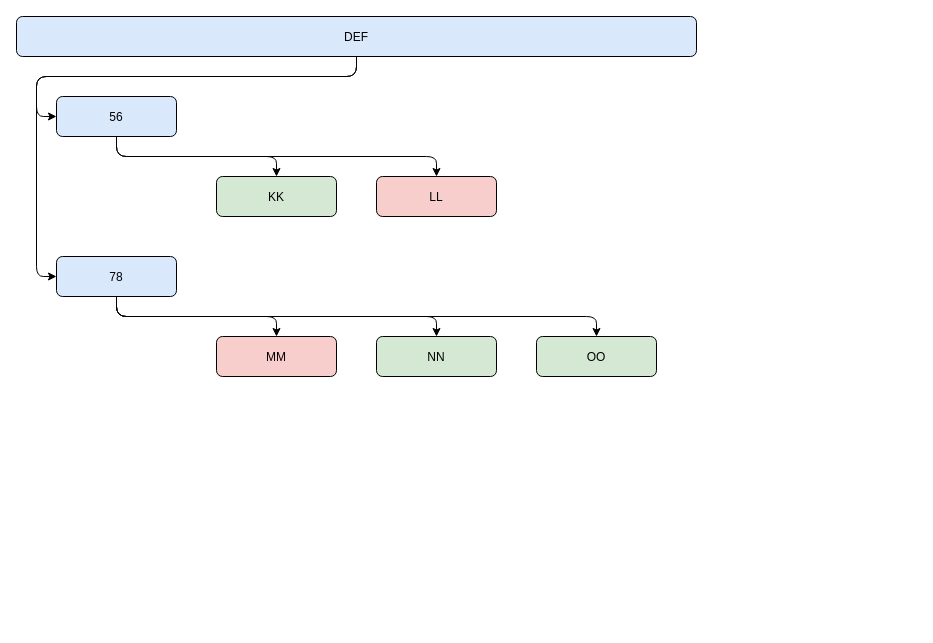
Matt-Owen-81/csv2drawio keeps this draw.io diagram as page "DEF" (2 of 3) of diagram.drawio. Above is the earlier version. Source tidied: cells renumbered, new cells numbered last; positions are measured from the earlier drawing's top-left corner, leaving out a move shared by most shapes. Both pictures are drawn from the tidied source at 100%, with x=0, y=0 at pixel (16, 16).
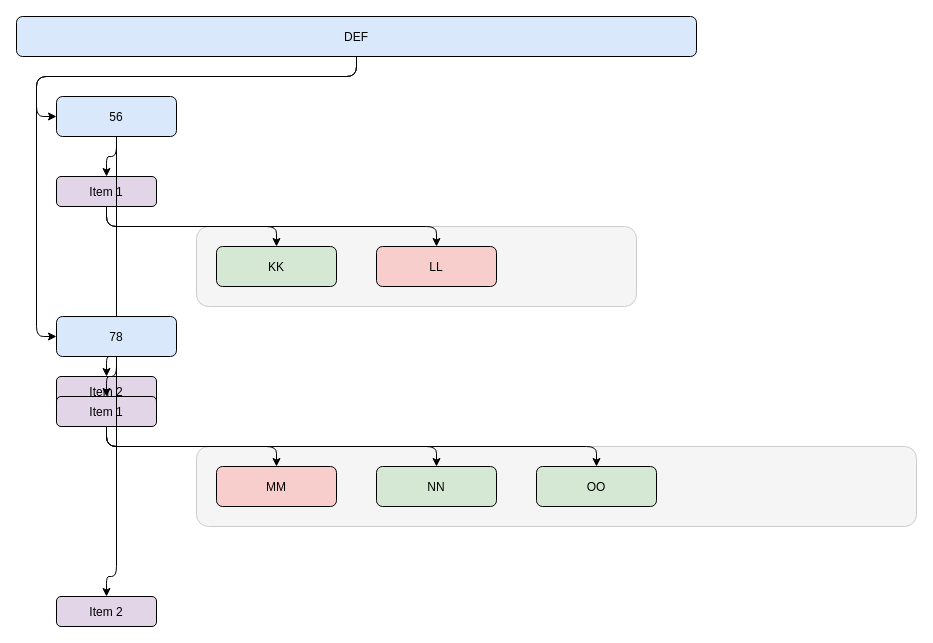
The same page after the edit.

Unchanged cells that the change refers to:
```xml
<mxCell id="2" value="DEF" style="rounded=1;fillColor=#dae8fc;" parent="1" vertex="1" edge="0">
  <mxGeometry width="680" height="40" as="geometry" />
</mxCell>
<mxCell id="3" value="56" style="rounded=1;fillColor=#dae8fc;" parent="1" vertex="1" edge="0">
  <mxGeometry x="40" y="80" width="120" height="40" as="geometry" />
</mxCell>
```

Diff of the diagram source:
```diff
@@
+    <mxCell id="17" value="Item 1" style="rounded=1;fillColor=#e1d5e7;" parent="1" vertex="1" edge="0">
+      <mxGeometry x="40" y="160" width="100" height="30" as="geometry" />
+    </mxCell>
+    <mxCell id="18" style="edgeStyle=orthogonalEdgeStyle;exitX=0.5;exitY=1;entryX=0.5;entryY=0;" parent="1" edge="1" source="3" target="17">
+      <mxGeometry relative="1" as="geometry">
+        <Array as="points">
+          <mxPoint x="100" y="140" />
+          <mxPoint x="90" y="140" />
+        </Array>
+      </mxGeometry>
+    </mxCell>
+    <mxCell id="19" style="rounded=1;fillColor=#f5f5f5;strokeColor=#cccccc;" parent="1" vertex="1" edge="0">
+      <mxGeometry x="180" y="210" width="440" height="80" as="geometry" />
+    </mxCell>
     <mxCell id="5" value="KK" style="rounded=1;fillColor=#d5e8d4;" parent="1" vertex="1" edge="0">
-      <mxGeometry x="200" y="160" width="120" height="40" as="geometry" />
+      <mxGeometry x="200" y="230" width="120" height="40" as="geometry" />
     </mxCell>
-    <mxCell id="6" style="edgeStyle=orthogonalEdgeStyle;exitX=0.5;exitY=1;entryX=0.5;entryY=0;entryDx=0;entryDy=0;" parent="1" edge="1" source="3" target="5">
-      <mxGeometry relative="1" as="geometry">
-        <Array as="points">
-          <mxPoint x="100" y="140" />
-          <mxPoint x="260" y="140" />
-        </Array>
-      </mxGeometry>
-    </mxCell>
+    <mxCell id="20" style="edgeStyle=orthogonalEdgeStyle;exitX=0.5;exitY=1;entryX=0.5;entryY=0;" parent="1" edge="1" source="17" target="5">
+      <mxGeometry relative="1" as="geometry">
+        <Array as="points">
+          <mxPoint x="90" y="210" />
+          <mxPoint x="260" y="210" />
+        </Array>
+      </mxGeometry>
+    </mxCell>
     <mxCell id="7" value="LL" style="rounded=1;fillColor=#f8cecc;" parent="1" vertex="1" edge="0">
-      <mxGeometry x="360" y="160" width="120" height="40" as="geometry" />
+      <mxGeometry x="360" y="230" width="120" height="40" as="geometry" />
     </mxCell>
-    <mxCell id="8" style="edgeStyle=orthogonalEdgeStyle;exitX=0.5;exitY=1;entryX=0.5;entryY=0;entryDx=0;entryDy=0;" parent="1" edge="1" source="3" target="7">
-      <mxGeometry relative="1" as="geometry">
-        <Array as="points">
-          <mxPoint x="100" y="140" />
-          <mxPoint x="420" y="140" />
-        </Array>
-      </mxGeometry>
-    </mxCell>
+    <mxCell id="21" style="edgeStyle=orthogonalEdgeStyle;exitX=0.5;exitY=1;entryX=0.5;entryY=0;" parent="1" edge="1" source="17" target="7">
+      <mxGeometry relative="1" as="geometry">
+        <Array as="points">
+          <mxPoint x="90" y="210" />
+          <mxPoint x="420" y="210" />
+        </Array>
+      </mxGeometry>
+    </mxCell>
+    <mxCell id="22" value="Item 2" style="rounded=1;fillColor=#e1d5e7;" parent="1" vertex="1" edge="0">
+      <mxGeometry x="40" y="360" width="100" height="30" as="geometry" />
+    </mxCell>
+    <mxCell id="23" style="edgeStyle=orthogonalEdgeStyle;exitX=0.5;exitY=1;entryX=0.5;entryY=0;" parent="1" edge="1" source="3" target="22">
+      <mxGeometry relative="1" as="geometry">
+        <Array as="points">
+          <mxPoint x="100" y="340" />
+          <mxPoint x="90" y="340" />
+        </Array>
+      </mxGeometry>
+    </mxCell>
+    <mxCell id="24" style="rounded=1;fillColor=#f5f5f5;strokeColor=#cccccc;" parent="1" vertex="1" edge="0">
+      <mxGeometry x="180" y="410" width="-120" as="geometry" />
+    </mxCell>
     <mxCell id="9" value="78" style="rounded=1;fillColor=#dae8fc;" parent="1" vertex="1" edge="0">
-      <mxGeometry x="40" y="240" width="120" height="40" as="geometry" />
+      <mxGeometry x="40" y="300" width="120" height="40" as="geometry" />
     </mxCell>
     <mxCell id="10" style="edgeStyle=orthogonalEdgeStyle;exitX=0.5;exitY=1;entryX=0;entryY=0.5;" parent="1" edge="1" source="2" target="9">
       <mxGeometry relative="1" as="geometry">
         <Array as="points">
           <mxPoint x="340" y="60" />
           <mxPoint x="20" y="60" />
-          <mxPoint x="20" y="260" />
+          <mxPoint x="20" y="320" />
         </Array>
       </mxGeometry>
     </mxCell>
+    <mxCell id="25" value="Item 1" style="rounded=1;fillColor=#e1d5e7;" parent="1" vertex="1" edge="0">
+      <mxGeometry x="40" y="380" width="100" height="30" as="geometry" />
+    </mxCell>
+    <mxCell id="26" style="edgeStyle=orthogonalEdgeStyle;exitX=0.5;exitY=1;entryX=0.5;entryY=0;" parent="1" edge="1" source="9" target="25">
+      <mxGeometry relative="1" as="geometry">
+        <Array as="points">
+          <mxPoint x="100" y="360" />
+          <mxPoint x="90" y="360" />
+        </Array>
+      </mxGeometry>
+    </mxCell>
+    <mxCell id="27" style="rounded=1;fillColor=#f5f5f5;strokeColor=#cccccc;" parent="1" vertex="1" edge="0">
+      <mxGeometry x="180" y="430" width="720" height="80" as="geometry" />
+    </mxCell>
     <mxCell id="11" value="MM" style="rounded=1;fillColor=#f8cecc;" parent="1" vertex="1" edge="0">
-      <mxGeometry x="200" y="320" width="120" height="40" as="geometry" />
+      <mxGeometry x="200" y="450" width="120" height="40" as="geometry" />
     </mxCell>
-    <mxCell id="12" style="edgeStyle=orthogonalEdgeStyle;exitX=0.5;exitY=1;entryX=0.5;entryY=0;entryDx=0;entryDy=0;" parent="1" edge="1" source="9" target="11">
-      <mxGeometry relative="1" as="geometry">
-        <Array as="points">
-          <mxPoint x="100" y="300" />
-          <mxPoint x="260" y="300" />
-        </Array>
-      </mxGeometry>
-    </mxCell>
+    <mxCell id="28" style="edgeStyle=orthogonalEdgeStyle;exitX=0.5;exitY=1;entryX=0.5;entryY=0;" parent="1" edge="1" source="25" target="11">
+      <mxGeometry relative="1" as="geometry">
+        <Array as="points">
+          <mxPoint x="90" y="430" />
+          <mxPoint x="260" y="430" />
+        </Array>
+      </mxGeometry>
+    </mxCell>
     <mxCell id="13" value="NN" style="rounded=1;fillColor=#d5e8d4;" parent="1" vertex="1" edge="0">
-      <mxGeometry x="360" y="320" width="120" height="40" as="geometry" />
+      <mxGeometry x="360" y="450" width="120" height="40" as="geometry" />
     </mxCell>
-    <mxCell id="14" style="edgeStyle=orthogonalEdgeStyle;exitX=0.5;exitY=1;entryX=0.5;entryY=0;entryDx=0;entryDy=0;" parent="1" edge="1" source="9" target="13">
-      <mxGeometry relative="1" as="geometry">
-        <Array as="points">
-          <mxPoint x="100" y="300" />
-          <mxPoint x="420" y="300" />
-        </Array>
-      </mxGeometry>
-    </mxCell>
+    <mxCell id="29" style="edgeStyle=orthogonalEdgeStyle;exitX=0.5;exitY=1;entryX=0.5;entryY=0;" parent="1" edge="1" source="25" target="13">
+      <mxGeometry relative="1" as="geometry">
+        <Array as="points">
+          <mxPoint x="90" y="430" />
+          <mxPoint x="420" y="430" />
+        </Array>
+      </mxGeometry>
+    </mxCell>
     <mxCell id="15" value="OO" style="rounded=1;fillColor=#d5e8d4;" parent="1" vertex="1" edge="0">
-      <mxGeometry x="520" y="320" width="120" height="40" as="geometry" />
+      <mxGeometry x="520" y="450" width="120" height="40" as="geometry" />
     </mxCell>
-    <mxCell id="16" style="edgeStyle=orthogonalEdgeStyle;exitX=0.5;exitY=1;entryX=0.5;entryY=0;entryDx=0;entryDy=0;" parent="1" edge="1" source="9" target="15">
-      <mxGeometry relative="1" as="geometry">
-        <Array as="points">
-          <mxPoint x="100" y="300" />
-          <mxPoint x="580" y="300" />
-        </Array>
-      </mxGeometry>
-    </mxCell>
+    <mxCell id="30" style="edgeStyle=orthogonalEdgeStyle;exitX=0.5;exitY=1;entryX=0.5;entryY=0;" parent="1" edge="1" source="25" target="15">
+      <mxGeometry relative="1" as="geometry">
+        <Array as="points">
+          <mxPoint x="90" y="430" />
+          <mxPoint x="580" y="430" />
+        </Array>
+      </mxGeometry>
+    </mxCell>
+    <mxCell id="31" value="Item 2" style="rounded=1;fillColor=#e1d5e7;" parent="1" vertex="1" edge="0">
+      <mxGeometry x="40" y="580" width="100" height="30" as="geometry" />
+    </mxCell>
+    <mxCell id="32" style="edgeStyle=orthogonalEdgeStyle;exitX=0.5;exitY=1;entryX=0.5;entryY=0;" parent="1" edge="1" source="9" target="31">
+      <mxGeometry relative="1" as="geometry">
+        <Array as="points">
+          <mxPoint x="100" y="560" />
+          <mxPoint x="90" y="560" />
+        </Array>
+      </mxGeometry>
+    </mxCell>
+    <mxCell id="33" style="rounded=1;fillColor=#f5f5f5;strokeColor=#cccccc;" parent="1" vertex="1" edge="0">
+      <mxGeometry x="180" y="630" width="-120" as="geometry" />
+    </mxCell>
```
